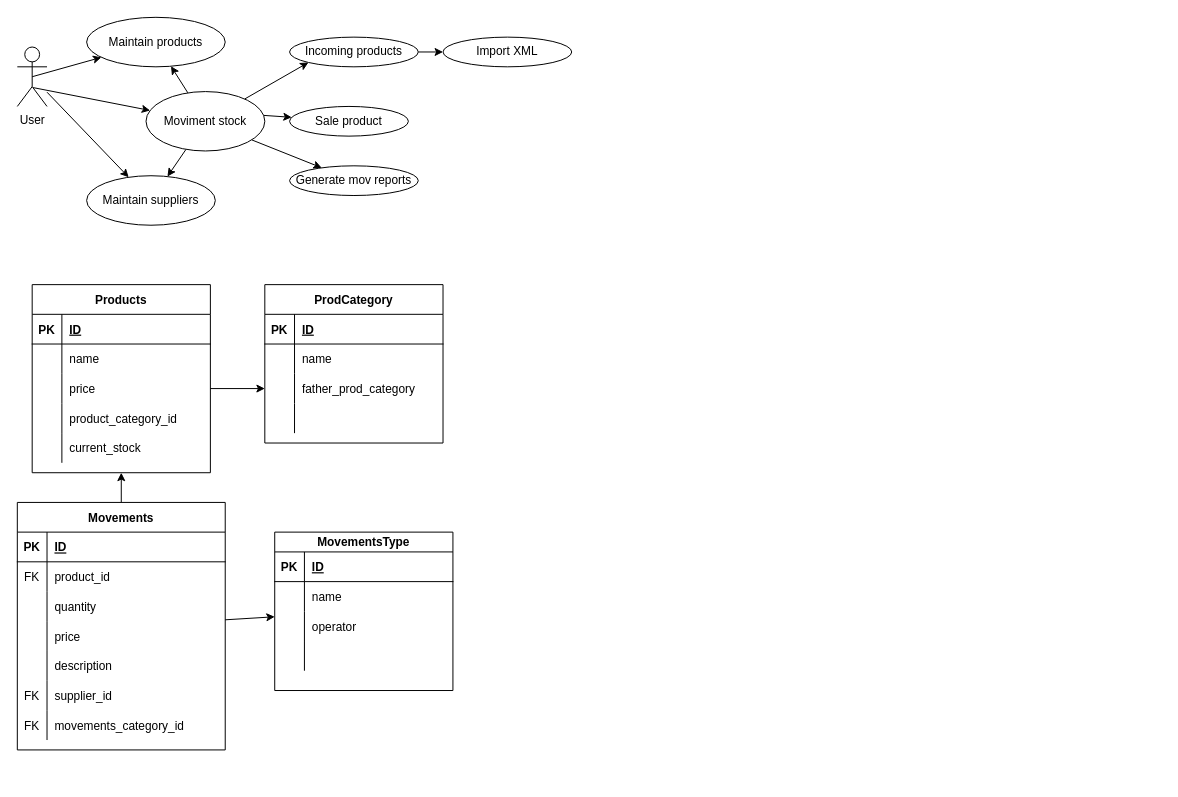
Before: page "Model" (1 of 2) of docs/class-diagram.drawio in viniciuSquare/rc_store-backend, a draw.io diagram. Source tidied: cells renumbered, new cells numbered last; positions are measured from the earlier drawing's top-left corner, leaving out a move shared by most shapes. Both pictures are drawn from the tidied source at 99%, with x=0, y=0 at pixel (17, 17).
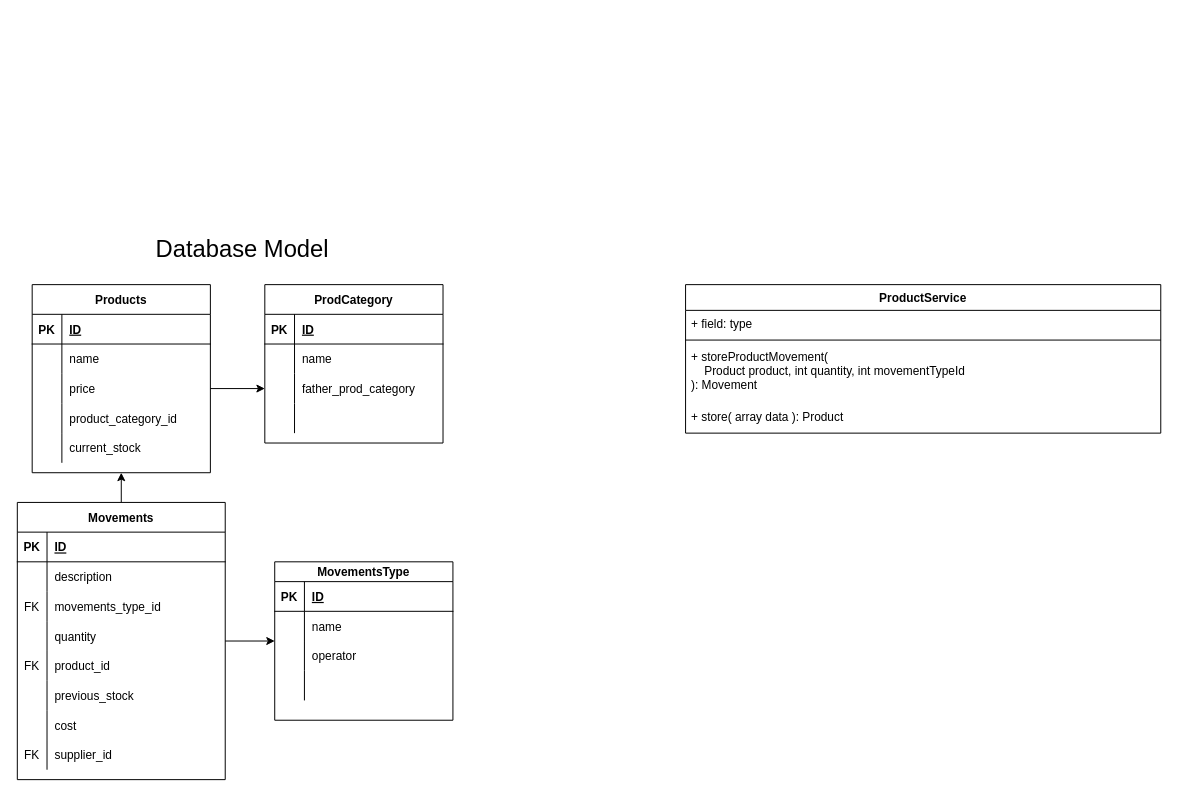
Above is the later version.

The edit, as a diff of the source:
```diff
@@
-    <mxCell id="2" style="edgeStyle=none;html=1;exitX=0.533;exitY=0.683;exitDx=0;exitDy=0;exitPerimeter=0;" parent="1" edge="1" source="5" target="15">
-      <mxGeometry relative="1" as="geometry" />
-    </mxCell>
-    <mxCell id="3" style="edgeStyle=none;html=1;exitX=0.5;exitY=0.5;exitDx=0;exitDy=0;exitPerimeter=0;" parent="1" edge="1" source="5" target="7">
-      <mxGeometry relative="1" as="geometry" />
-    </mxCell>
-    <mxCell id="4" style="edgeStyle=none;html=1;" parent="1" edge="1" source="5" target="40">
-      <mxGeometry relative="1" as="geometry" />
-    </mxCell>
-    <mxCell id="5" value="User" style="shape=umlActor;html=1;verticalLabelPosition=bottom;verticalAlign=top;align=center;" parent="1" vertex="1">
-      <mxGeometry y="30" width="30" height="60" as="geometry" />
-    </mxCell>
-    <mxCell id="6" style="edgeStyle=none;html=1;exitX=0.983;exitY=0.4;exitDx=0;exitDy=0;exitPerimeter=0;" parent="1" edge="1" source="15" target="8">
-      <mxGeometry relative="1" as="geometry" />
-    </mxCell>
-    <mxCell id="7" value="Maintain products" style="ellipse;whiteSpace=wrap;html=1;" parent="1" vertex="1">
-      <mxGeometry x="70" width="140" height="50" as="geometry" />
-    </mxCell>
-    <mxCell id="8" value="Sale product" style="ellipse;whiteSpace=wrap;html=1;" parent="1" vertex="1">
-      <mxGeometry x="275" y="90" width="120" height="30" as="geometry" />
-    </mxCell>
-    <mxCell id="9" style="edgeStyle=none;html=1;" parent="1" edge="1" source="10" target="85">
-      <mxGeometry relative="1" as="geometry" />
-    </mxCell>
-    <mxCell id="10" value="Incoming products" style="ellipse;whiteSpace=wrap;html=1;" parent="1" vertex="1">
-      <mxGeometry x="275" y="20" width="130" height="30" as="geometry" />
-    </mxCell>
-    <mxCell id="11" style="edgeStyle=none;html=1;" parent="1" edge="1" source="15" target="41">
-      <mxGeometry relative="1" as="geometry" />
-    </mxCell>
-    <mxCell id="12" style="edgeStyle=none;html=1;" parent="1" edge="1" source="15" target="40">
-      <mxGeometry relative="1" as="geometry" />
-    </mxCell>
-    <mxCell id="13" style="edgeStyle=none;html=1;" parent="1" edge="1" source="15" target="7">
-      <mxGeometry relative="1" as="geometry" />
-    </mxCell>
-    <mxCell id="14" style="edgeStyle=none;html=1;entryX=0;entryY=1;entryDx=0;entryDy=0;" parent="1" edge="1" source="15" target="10">
-      <mxGeometry relative="1" as="geometry" />
-    </mxCell>
-    <mxCell id="15" value="Moviment stock" style="ellipse;whiteSpace=wrap;html=1;" parent="1" vertex="1">
-      <mxGeometry x="130" y="75" width="120" height="60" as="geometry" />
-    </mxCell>
@@
     <mxCell id="18" value="Movements" style="shape=table;startSize=30;childLayout=tableLayout;rowLines=0;fontStyle=1;align=center;" parent="1" vertex="1">
-      <mxGeometry y="490" width="210" height="250" as="geometry" />
+      <mxGeometry y="490" width="210" height="280" as="geometry" />
     </mxCell>
@@
+    <mxCell id="31" style="shape=partialRectangle;fillColor=none;top=0;left=0;bottom=0;right=0;" parent="18" vertex="1">
+      <mxGeometry y="60" width="210" height="30" as="geometry" />
+    </mxCell>
+    <mxCell id="32" value="   &#10;" style="shape=partialRectangle;fillColor=none;top=0;left=0;bottom=0;right=0;overflow=hidden;" parent="31" vertex="1">
+      <mxGeometry width="30" height="30" as="geometry" />
+    </mxCell>
+    <mxCell id="33" value="description" style="shape=partialRectangle;fillColor=none;top=0;left=0;bottom=0;right=0;align=left;spacingLeft=6;overflow=hidden;" parent="31" vertex="1">
+      <mxGeometry x="30" width="180" height="30" as="geometry" />
+    </mxCell>
+    <mxCell id="37" style="shape=partialRectangle;fillColor=none;top=0;left=0;bottom=0;right=0;" parent="18" vertex="1">
+      <mxGeometry y="90" width="210" height="30" as="geometry" />
+    </mxCell>
+    <mxCell id="38" value="FK" style="shape=partialRectangle;fillColor=none;top=0;left=0;bottom=0;right=0;overflow=hidden;" parent="37" vertex="1">
+      <mxGeometry width="30" height="30" as="geometry" />
+    </mxCell>
+    <mxCell id="39" value="movements_type_id" style="shape=partialRectangle;fillColor=none;top=0;left=0;bottom=0;right=0;align=left;spacingLeft=6;overflow=hidden;" parent="37" vertex="1">
+      <mxGeometry x="30" width="180" height="30" as="geometry" />
+    </mxCell>
+    <mxCell id="25" style="shape=partialRectangle;fillColor=none;top=0;left=0;bottom=0;right=0;" parent="18" vertex="1">
+      <mxGeometry y="120" width="210" height="30" as="geometry" />
+    </mxCell>
+    <mxCell id="26" style="shape=partialRectangle;fillColor=none;top=0;left=0;bottom=0;right=0;overflow=hidden;" parent="25" vertex="1">
+      <mxGeometry width="30" height="30" as="geometry" />
+    </mxCell>
+    <mxCell id="27" value="quantity" style="shape=partialRectangle;fillColor=none;top=0;left=0;bottom=0;right=0;align=left;spacingLeft=6;overflow=hidden;" parent="25" vertex="1">
+      <mxGeometry x="30" width="180" height="30" as="geometry" />
+    </mxCell>
     <mxCell id="22" style="shape=partialRectangle;fillColor=none;top=0;left=0;bottom=0;right=0;" parent="18" vertex="1">
-      <mxGeometry y="60" width="210" height="30" as="geometry" />
+      <mxGeometry y="150" width="210" height="30" as="geometry" />
     </mxCell>
@@
-    <mxCell id="25" style="shape=partialRectangle;fillColor=none;top=0;left=0;bottom=0;right=0;" parent="18" vertex="1">
-      <mxGeometry y="90" width="210" height="30" as="geometry" />
-    </mxCell>
-    <mxCell id="26" style="shape=partialRectangle;fillColor=none;top=0;left=0;bottom=0;right=0;overflow=hidden;" parent="25" vertex="1">
-      <mxGeometry width="30" height="30" as="geometry" />
-    </mxCell>
-    <mxCell id="27" value="quantity" style="shape=partialRectangle;fillColor=none;top=0;left=0;bottom=0;right=0;align=left;spacingLeft=6;overflow=hidden;" parent="25" vertex="1">
-      <mxGeometry x="30" width="180" height="30" as="geometry" />
-    </mxCell>
+    <mxCell id="86" style="shape=partialRectangle;fillColor=none;top=0;left=0;bottom=0;right=0;" parent="18" vertex="1">
+      <mxGeometry y="180" width="210" height="30" as="geometry" />
+    </mxCell>
+    <mxCell id="87" value="       &#10;" style="shape=partialRectangle;fillColor=none;top=0;left=0;bottom=0;right=0;overflow=hidden;" parent="86" vertex="1">
+      <mxGeometry width="30" height="30" as="geometry" />
+    </mxCell>
+    <mxCell id="88" value="previous_stock" style="shape=partialRectangle;fillColor=none;top=0;left=0;bottom=0;right=0;align=left;spacingLeft=6;overflow=hidden;" parent="86" vertex="1">
+      <mxGeometry x="30" width="180" height="30" as="geometry" />
+    </mxCell>
     <mxCell id="28" style="shape=partialRectangle;fillColor=none;top=0;left=0;bottom=0;right=0;" parent="18" vertex="1">
-      <mxGeometry y="120" width="210" height="30" as="geometry" />
+      <mxGeometry y="210" width="210" height="30" as="geometry" />
     </mxCell>
@@
-    <mxCell id="30" value="price" style="shape=partialRectangle;fillColor=none;top=0;left=0;bottom=0;right=0;align=left;spacingLeft=6;overflow=hidden;" parent="28" vertex="1">
+    <mxCell id="30" value="cost" style="shape=partialRectangle;fillColor=none;top=0;left=0;bottom=0;right=0;align=left;spacingLeft=6;overflow=hidden;" parent="28" vertex="1">
       <mxGeometry x="30" width="180" height="30" as="geometry" />
     </mxCell>
-    <mxCell id="31" style="shape=partialRectangle;fillColor=none;top=0;left=0;bottom=0;right=0;" parent="18" vertex="1">
-      <mxGeometry y="150" width="210" height="30" as="geometry" />
-    </mxCell>
-    <mxCell id="32" value="   &#10;" style="shape=partialRectangle;fillColor=none;top=0;left=0;bottom=0;right=0;overflow=hidden;" parent="31" vertex="1">
-      <mxGeometry width="30" height="30" as="geometry" />
-    </mxCell>
-    <mxCell id="33" value="description" style="shape=partialRectangle;fillColor=none;top=0;left=0;bottom=0;right=0;align=left;spacingLeft=6;overflow=hidden;" parent="31" vertex="1">
-      <mxGeometry x="30" width="180" height="30" as="geometry" />
-    </mxCell>
     <mxCell id="34" style="shape=partialRectangle;fillColor=none;top=0;left=0;bottom=0;right=0;" parent="18" vertex="1">
-      <mxGeometry y="180" width="210" height="30" as="geometry" />
+      <mxGeometry y="240" width="210" height="30" as="geometry" />
     </mxCell>
@@
-    <mxCell id="37" style="shape=partialRectangle;fillColor=none;top=0;left=0;bottom=0;right=0;" parent="18" vertex="1">
-      <mxGeometry y="210" width="210" height="30" as="geometry" />
-    </mxCell>
-    <mxCell id="38" value="FK" style="shape=partialRectangle;fillColor=none;top=0;left=0;bottom=0;right=0;overflow=hidden;" parent="37" vertex="1">
-      <mxGeometry width="30" height="30" as="geometry" />
-    </mxCell>
-    <mxCell id="39" value="movements_category_id" style="shape=partialRectangle;fillColor=none;top=0;left=0;bottom=0;right=0;align=left;spacingLeft=6;overflow=hidden;" parent="37" vertex="1">
-      <mxGeometry x="30" width="180" height="30" as="geometry" />
-    </mxCell>
-    <mxCell id="40" value="Maintain suppliers" style="ellipse;whiteSpace=wrap;html=1;" parent="1" vertex="1">
-      <mxGeometry x="70" y="160" width="130" height="50" as="geometry" />
-    </mxCell>
-    <mxCell id="41" value="Generate mov reports" style="ellipse;whiteSpace=wrap;html=1;" parent="1" vertex="1">
-      <mxGeometry x="275" y="150" width="130" height="30" as="geometry" />
-    </mxCell>
     <mxCell id="42" value="MovementsType" style="shape=table;startSize=20;childLayout=tableLayout;rowLines=0;fontStyle=1;align=center;" parent="1" vertex="1">
-      <mxGeometry x="260" y="520" width="180" height="160" as="geometry" />
+      <mxGeometry x="260" y="550" width="180" height="160" as="geometry" />
     </mxCell>
@@
-    <mxCell id="85" value="Import XML" style="ellipse;whiteSpace=wrap;html=1;" parent="1" vertex="1">
-      <mxGeometry x="430" y="20" width="130" height="30" as="geometry" />
-    </mxCell>
+    <mxCell id="89" value="&lt;font style=&quot;font-size: 24px&quot;&gt;Database Model&lt;/font&gt;" style="text;html=1;strokeColor=none;fillColor=none;align=center;verticalAlign=middle;whiteSpace=wrap;rounded=0;" parent="1" vertex="1">
+      <mxGeometry x="15" y="220" width="425" height="30" as="geometry" />
+    </mxCell>
+    <mxCell id="90" value="ProductService" style="swimlane;fontStyle=1;align=center;verticalAlign=top;horizontal=1;startSize=26;fontSize=12;" parent="1" vertex="1">
+      <mxGeometry x="675" y="270" width="480" height="150" as="geometry" />
+    </mxCell>
+    <mxCell id="91" value="+ field: type" style="text;strokeColor=none;fillColor=none;align=left;verticalAlign=top;spacingLeft=4;spacingRight=4;overflow=hidden;fontSize=12;" parent="90" vertex="1">
+      <mxGeometry y="26" width="480" height="26" as="geometry" />
+    </mxCell>
+    <mxCell id="92" style="line;strokeWidth=1;fillColor=none;align=left;verticalAlign=middle;spacingTop=-1;spacingLeft=3;spacingRight=3;labelPosition=right;fontSize=12;" parent="90" vertex="1">
+      <mxGeometry y="52" width="480" height="8" as="geometry" />
+    </mxCell>
+    <mxCell id="93" value="+ storeProductMovement(&#10;    Product product, int quantity, int movementTypeId&#10;): Movement" style="text;strokeColor=none;fillColor=none;align=left;verticalAlign=top;spacingLeft=4;spacingRight=4;overflow=hidden;fontSize=12;" parent="90" vertex="1">
+      <mxGeometry y="60" width="480" height="60" as="geometry" />
+    </mxCell>
+    <mxCell id="94" value="+ store( array data ): Product" style="text;strokeColor=none;fillColor=none;align=left;verticalAlign=top;spacingLeft=4;spacingRight=4;overflow=hidden;fontSize=12;" parent="90" vertex="1">
+      <mxGeometry y="120" width="480" height="30" as="geometry" />
+    </mxCell>
```
